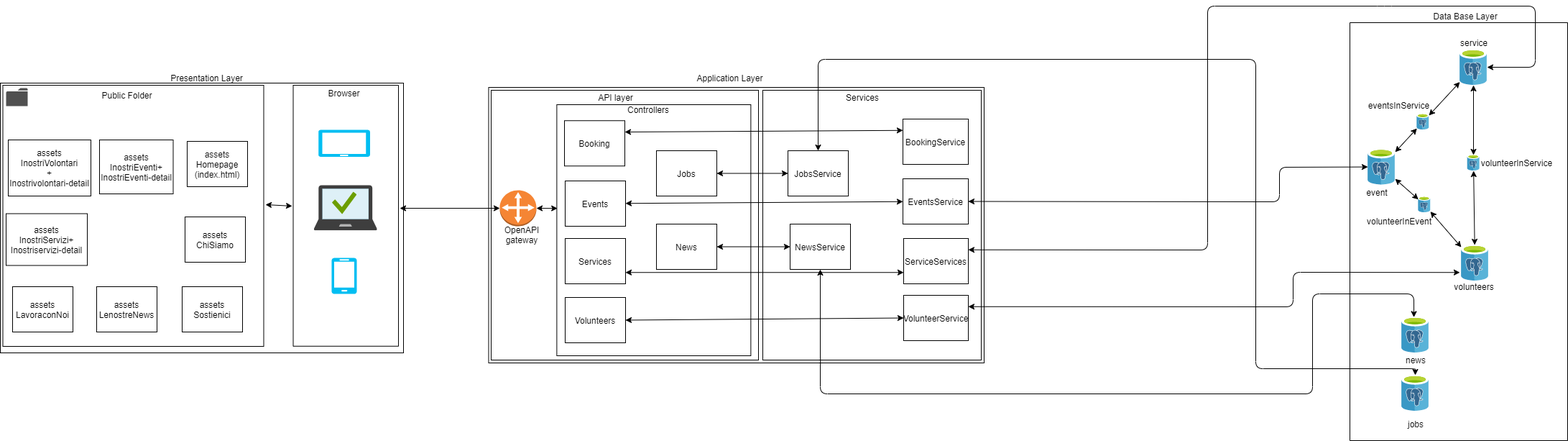
The draw.io diagram website/public/backend/image/Diagramma_Architecure_Layers.png in marcopremigit/HypermediaApplications, before a commit. Source tidied: cells renumbered, new cells last; positions are measured from the earlier drawing's top-left corner, leaving out a move shared by most shapes.
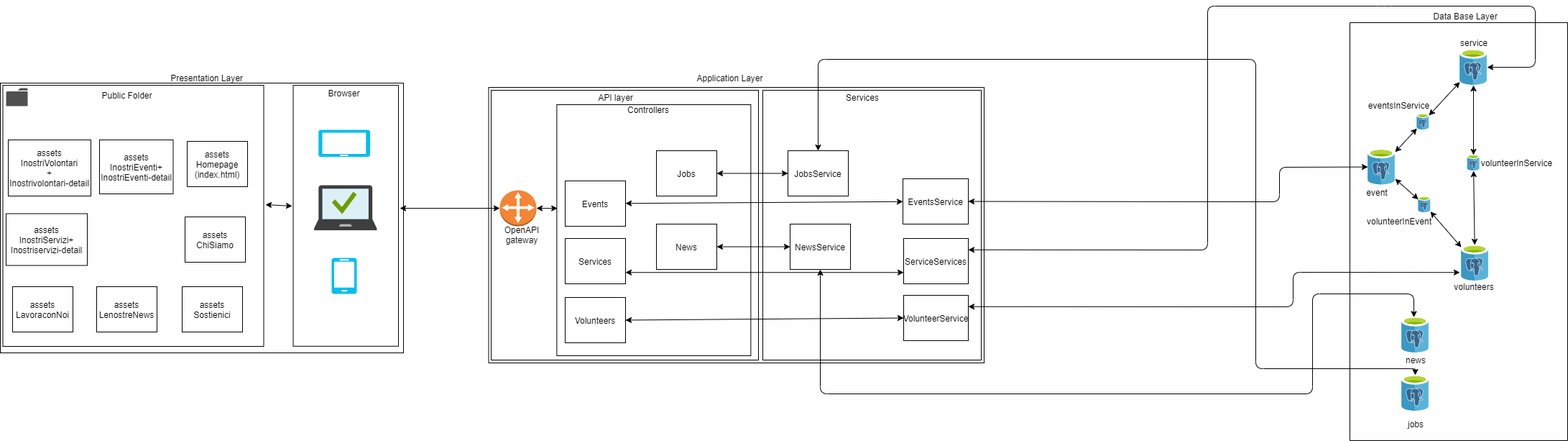
The same diagram one commit later.

Commit message:
[Document Backend] Diagram fixed

Change to the diagram source:
```diff
@@ -177,9 +177,6 @@
     <mxCell id="58" value="Events" style="rounded=0;whiteSpace=wrap;html=1;" parent="1" vertex="1">
       <mxGeometry x="786" y="243" width="84" height="63" as="geometry" />
     </mxCell>
-    <mxCell id="59" value="Booking" style="rounded=0;whiteSpace=wrap;html=1;" parent="1" vertex="1">
-      <mxGeometry x="785" y="159.2" width="84" height="63" as="geometry" />
-    </mxCell>
     <mxCell id="60" value="VolunteerService" style="rounded=0;whiteSpace=wrap;html=1;" parent="1" vertex="1">
       <mxGeometry x="1257" y="402" width="90" height="63" as="geometry" />
     </mxCell>
@@ -189,9 +186,6 @@
     <mxCell id="62" value="EventsService" style="rounded=0;whiteSpace=wrap;html=1;" parent="1" vertex="1">
       <mxGeometry x="1256" y="240" width="91" height="63" as="geometry" />
     </mxCell>
-    <mxCell id="63" value="BookingService" style="rounded=0;whiteSpace=wrap;html=1;" parent="1" vertex="1">
-      <mxGeometry x="1256" y="157" width="91" height="63" as="geometry" />
-    </mxCell>
     <mxCell id="64" value="JobsService" style="rounded=0;whiteSpace=wrap;html=1;" parent="1" vertex="1">
       <mxGeometry x="1096" y="201" width="84" height="63" as="geometry" />
     </mxCell>
@@ -222,9 +216,6 @@
     <mxCell id="73" style="endArrow=classic;startArrow=classic;html=1;" parent="1" edge="1" source="58" target="62">
       <mxGeometry relative="1" as="geometry" />
     </mxCell>
-    <mxCell id="74" style="endArrow=classic;startArrow=classic;html=1;exitX=1;exitY=0.25;exitDx=0;exitDy=0;entryX=0;entryY=0.25;entryDx=0;entryDy=0;" parent="1" edge="1" source="59" target="63">
-      <mxGeometry relative="1" as="geometry" />
-    </mxCell>
     <mxCell id="75" style="endArrow=classic;startArrow=classic;html=1;exitX=1;exitY=0.25;exitDx=0;exitDy=0;entryX=-0.053;entryY=0.765;entryDx=0;entryDy=0;entryPerimeter=0;" parent="1" edge="1" source="60" target="9">
       <mxGeometry relative="1" as="geometry">
         <Array as="points">
```
